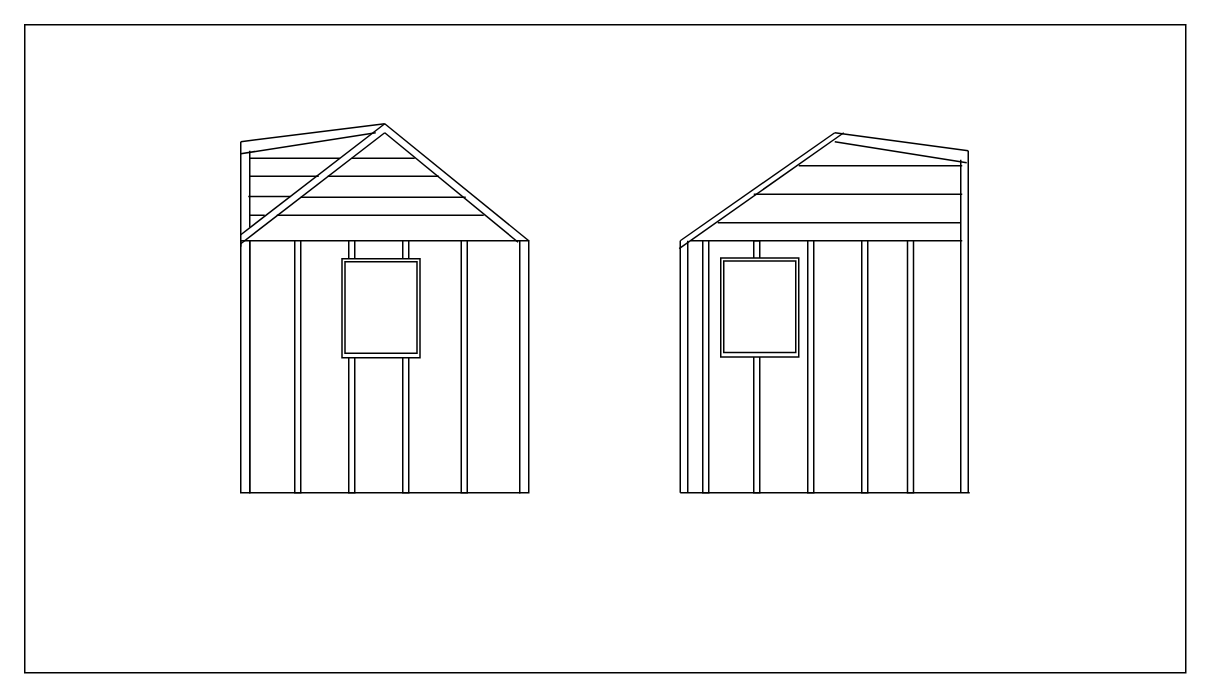
dpolaristar/drawio keeps this draw.io diagram as etc/build/Billings Elevation Width.drawio. Above is the earlier version. Source tidied: cells renumbered, new cells numbered last; positions are measured from the earlier drawing's top-left corner, leaving out a move shared by most shapes. Both pictures are drawn from the tidied source at 150%, with x=0, y=0 at pixel (24, 24).
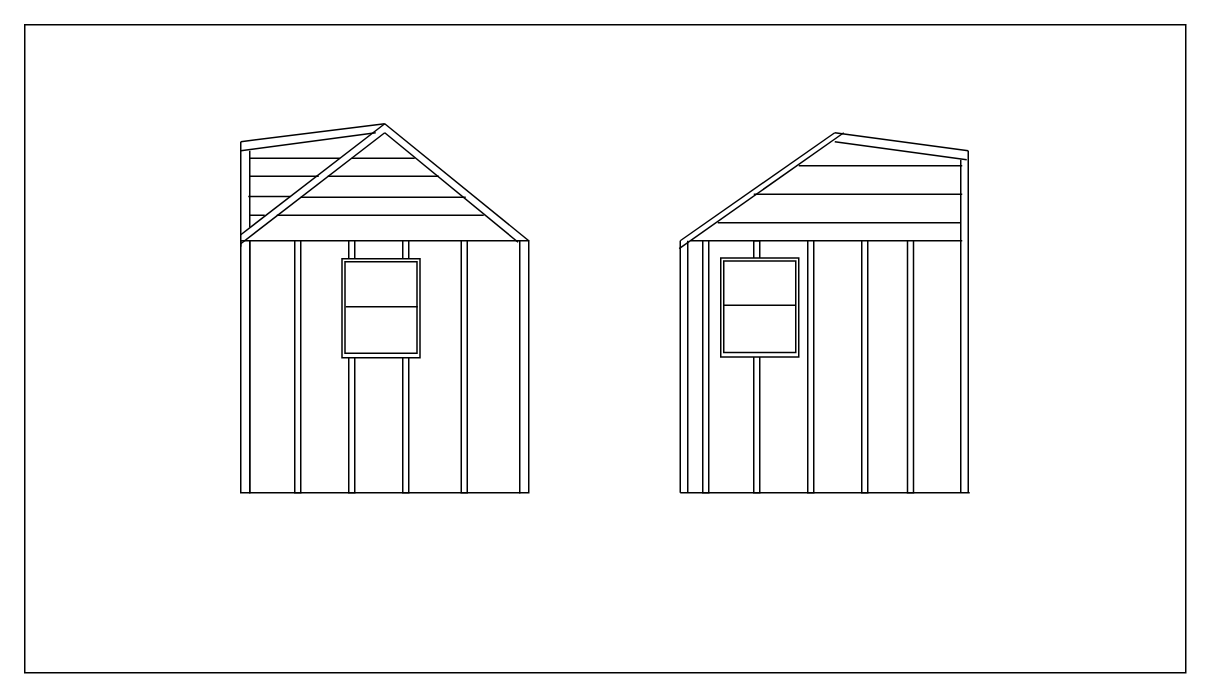
The same page after the edit.

Diff of the diagram source:
```diff
@@
     <mxCell id="19" style="endArrow=none;html=1;" parent="1" edge="1">
       <mxGeometry relative="1" as="geometry">
-        <mxPoint x="144" y="86" as="sourcePoint" />
+        <mxPoint x="144" y="84" as="sourcePoint" />
         <mxPoint x="234" y="72" as="targetPoint" />
       </mxGeometry>
     </mxCell>
@@
     <mxCell id="36" style="endArrow=none;html=1;" parent="1" edge="1">
       <mxGeometry relative="1" as="geometry">
-        <mxPoint x="628" y="92" as="sourcePoint" />
+        <mxPoint x="628" y="90" as="sourcePoint" />
         <mxPoint x="540" y="78" as="targetPoint" />
       </mxGeometry>
     </mxCell>
@@
+    <mxCell id="48" style="line;strokeWidth=1;html=1;" parent="1" vertex="1">
+      <mxGeometry x="214" y="183" width="48" height="10" as="geometry" />
+    </mxCell>
+    <mxCell id="49" style="line;strokeWidth=1;html=1;" parent="1" vertex="1">
+      <mxGeometry x="466" y="182" width="48" height="10" as="geometry" />
+    </mxCell>
```
